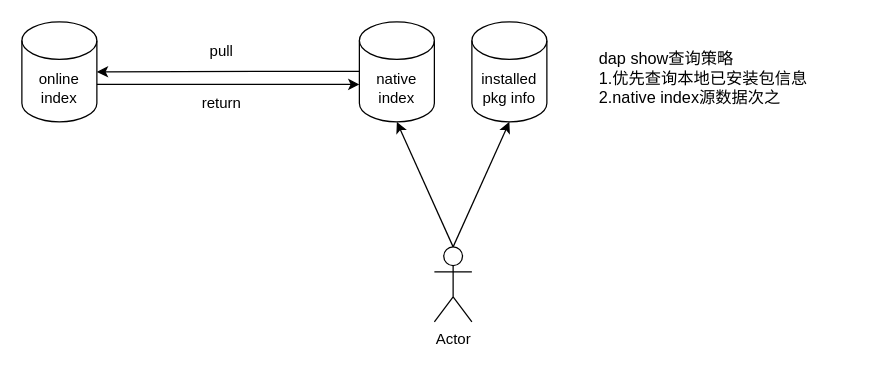
Before: 未命名绘图.drawio in xiaohanzhang1/draw, a draw.io diagram. Source tidied: cells renumbered, new cells numbered last; positions are measured from the earlier drawing's top-left corner, leaving out a move shared by most shapes. Both pictures are drawn from the tidied source at 125%, with x=0, y=0 at pixel (21, 21).
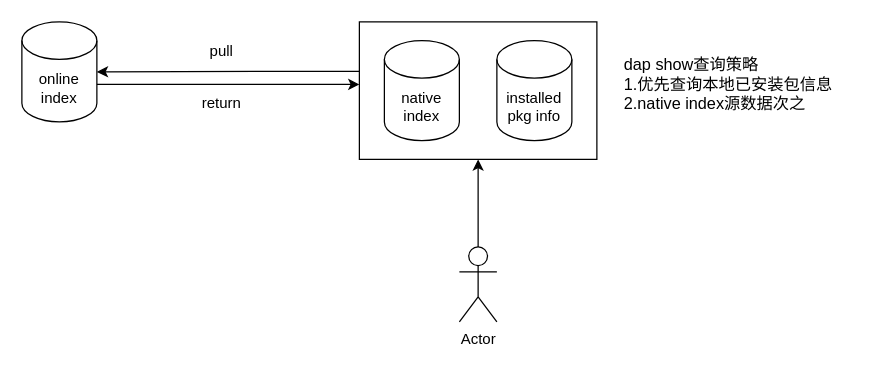
After the change.

Diff of the diagram source:
```diff
@@
 <mxGraphModel>
   <root>
     <mxCell id="0" />
     <mxCell id="1" parent="0" />
+    <mxCell id="13" style="rounded=0;whiteSpace=wrap;html=1;fontSize=13;" parent="1" vertex="1">
+      <mxGeometry x="270" width="190" height="110" as="geometry" />
+    </mxCell>
     <mxCell id="2" value="online index" style="shape=cylinder3;whiteSpace=wrap;html=1;boundedLbl=1;backgroundOutline=1;size=15;" parent="1" vertex="1">
       <mxGeometry width="60" height="80" as="geometry" />
     </mxCell>
     <mxCell id="3" style="endArrow=classic;html=1;rounded=0;" parent="1" edge="1">
       <mxGeometry relative="1" as="geometry">
         <mxPoint x="60" y="50" as="sourcePoint" />
         <mxPoint x="270" y="50" as="targetPoint" />
       </mxGeometry>
     </mxCell>
     <mxCell id="4" value="native index" style="shape=cylinder3;whiteSpace=wrap;html=1;boundedLbl=1;backgroundOutline=1;size=15;" parent="1" vertex="1">
-      <mxGeometry x="270" width="60" height="80" as="geometry" />
+      <mxGeometry x="290" y="15" width="60" height="80" as="geometry" />
     </mxCell>
     <mxCell id="5" style="endArrow=classic;html=1;rounded=0;entryX=1;entryY=0.5;entryDx=0;entryDy=0;entryPerimeter=0;" parent="1" edge="1" target="2">
       <mxGeometry relative="1" as="geometry">
         <mxPoint x="270" y="39.5" as="sourcePoint" />
       </mxGeometry>
     </mxCell>
     <mxCell id="6" value="pull" style="text;strokeColor=none;align=center;fillColor=none;html=1;verticalAlign=middle;whiteSpace=wrap;rounded=0;" parent="1" vertex="1">
       <mxGeometry x="130" y="9" width="60" height="30" as="geometry" />
     </mxCell>
     <mxCell id="7" value="return" style="text;strokeColor=none;align=center;fillColor=none;html=1;verticalAlign=middle;whiteSpace=wrap;rounded=0;" parent="1" vertex="1">
       <mxGeometry x="130" y="50" width="60" height="30" as="geometry" />
     </mxCell>
     <mxCell id="8" value="installed pkg info" style="shape=cylinder3;whiteSpace=wrap;html=1;boundedLbl=1;backgroundOutline=1;size=15;" parent="1" vertex="1">
-      <mxGeometry x="360" width="60" height="80" as="geometry" />
+      <mxGeometry x="380" y="15" width="60" height="80" as="geometry" />
     </mxCell>
     <mxCell id="9" value="Actor" style="shape=umlActor;verticalLabelPosition=bottom;verticalAlign=top;html=1;outlineConnect=0;" parent="1" vertex="1">
-      <mxGeometry x="330" y="180" width="30" height="60" as="geometry" />
+      <mxGeometry x="350" y="180" width="30" height="60" as="geometry" />
     </mxCell>
-    <mxCell id="10" style="endArrow=classic;html=1;rounded=0;entryX=0.5;entryY=1;entryDx=0;entryDy=0;entryPerimeter=0;exitX=0.5;exitY=0;exitDx=0;exitDy=0;exitPerimeter=0;" parent="1" edge="1" source="9" target="8">
-      <mxGeometry relative="1" as="geometry" />
-    </mxCell>
-    <mxCell id="11" style="endArrow=classic;html=1;rounded=0;entryX=0.5;entryY=1;entryDx=0;entryDy=0;entryPerimeter=0;exitX=0.5;exitY=0;exitDx=0;exitDy=0;exitPerimeter=0;" parent="1" edge="1" source="9" target="4">
-      <mxGeometry relative="1" as="geometry" />
-    </mxCell>
     <mxCell id="12" value="dap show查询策略&lt;br style=&quot;font-size: 13px;&quot;&gt;1.优先查询本地已安装包信息&lt;br style=&quot;font-size: 13px;&quot;&gt;2.native index源数据次之" style="text;strokeColor=none;align=left;fillColor=none;html=1;verticalAlign=middle;whiteSpace=wrap;rounded=0;fontSize=13;" parent="1" vertex="1">
-      <mxGeometry x="460" y="10" width="180" height="70" as="geometry" />
+      <mxGeometry x="480" y="15" width="180" height="70" as="geometry" />
     </mxCell>
+    <mxCell id="14" style="endArrow=classic;html=1;rounded=0;fontSize=13;exitX=0.5;exitY=0;exitDx=0;exitDy=0;exitPerimeter=0;entryX=0.5;entryY=1;entryDx=0;entryDy=0;" parent="1" edge="1" source="9" target="13">
+      <mxGeometry relative="1" as="geometry" />
+    </mxCell>
   </root>
 </mxGraphModel>
```
